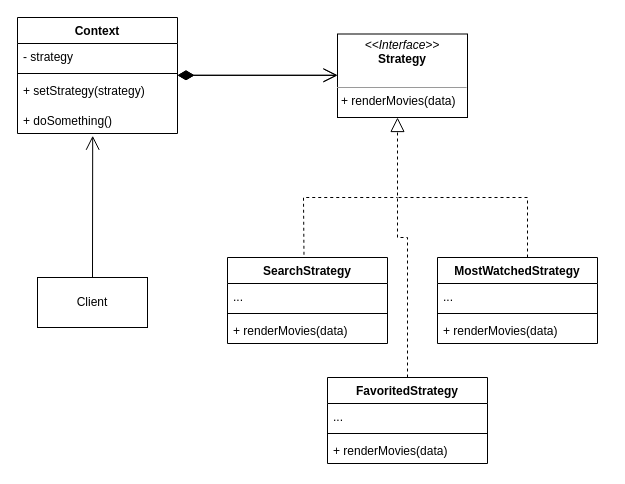
ogustavoalves/bertoti keeps this draw.io diagram as engenharia_de_software_III/diagrams/Strategy_diagram.drawio. Above is the earlier version. Source tidied: cells renumbered, new cells numbered last; positions are measured from the earlier drawing's top-left corner, leaving out a move shared by most shapes. Both pictures are drawn from the tidied source at 100%, with x=0, y=0 at pixel (17, 17).
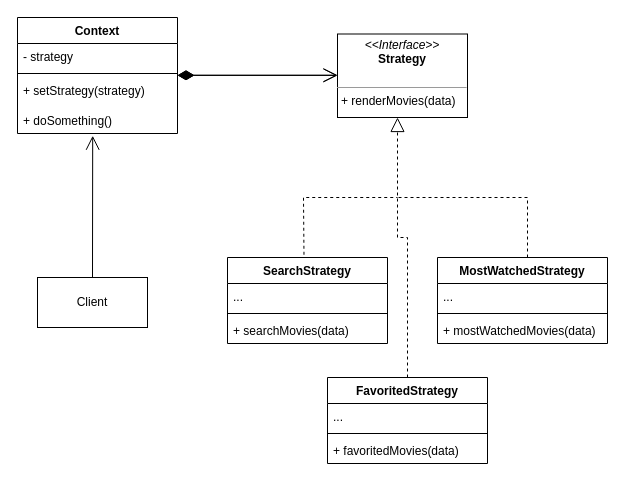
Above is the later version.

Commit message (it also covers changes not shown here):
diagrams & java code

The change refers to these unchanged cells:
```xml
<mxCell id="9" value="SearchStrategy" style="swimlane;fontStyle=1;align=center;verticalAlign=top;horizontal=1;startSize=26;whiteSpace=wrap;html=1;" parent="1" vertex="1">
  <mxGeometry x="210" y="240" width="160" height="86" as="geometry" />
</mxCell>
<mxCell id="23" value="FavoritedStrategy" style="swimlane;fontStyle=1;align=center;verticalAlign=top;horizontal=1;startSize=26;whiteSpace=wrap;html=1;" parent="1" vertex="1">
  <mxGeometry x="310" y="360" width="160" height="86" as="geometry" />
</mxCell>
```

What changed in the source:
```diff
@@
-    <mxCell id="12" value="+ renderMovies(data)" style="text;strokeColor=none;fillColor=none;align=left;verticalAlign=top;spacingLeft=4;spacingRight=4;overflow=hidden;whiteSpace=wrap;html=1;" parent="9" vertex="1">
+    <mxCell id="12" value="+ searchMovies(data)" style="text;strokeColor=none;fillColor=none;align=left;verticalAlign=top;spacingLeft=4;spacingRight=4;overflow=hidden;whiteSpace=wrap;html=1;" parent="9" vertex="1">
       <mxGeometry y="60" width="160" height="26" as="geometry" />
     </mxCell>
     <mxCell id="13" value="MostWatchedStrategy" style="swimlane;fontStyle=1;align=center;verticalAlign=top;horizontal=1;startSize=26;whiteSpace=wrap;html=1;" parent="1" vertex="1">
-      <mxGeometry x="420" y="240" width="160" height="86" as="geometry" />
+      <mxGeometry x="420" y="240" width="170" height="86" as="geometry" />
     </mxCell>
     <mxCell id="14" value="..." style="text;strokeColor=none;fillColor=none;align=left;verticalAlign=top;spacingLeft=4;spacingRight=4;overflow=hidden;whiteSpace=wrap;html=1;" parent="13" vertex="1">
-      <mxGeometry y="26" width="160" height="26" as="geometry" />
+      <mxGeometry y="26" width="170" height="26" as="geometry" />
     </mxCell>
     <mxCell id="15" style="line;strokeWidth=1;fillColor=none;align=left;verticalAlign=middle;spacingTop=-1;spacingLeft=3;spacingRight=3;labelPosition=right;strokeColor=inherit;" parent="13" vertex="1">
-      <mxGeometry y="52" width="160" height="8" as="geometry" />
+      <mxGeometry y="52" width="170" height="8" as="geometry" />
     </mxCell>
-    <mxCell id="16" value="+ renderMovies(data)" style="text;strokeColor=none;fillColor=none;align=left;verticalAlign=top;spacingLeft=4;spacingRight=4;overflow=hidden;whiteSpace=wrap;html=1;" parent="13" vertex="1">
-      <mxGeometry y="60" width="160" height="26" as="geometry" />
+    <mxCell id="16" value="+ mostWatchedMovies(data)" style="text;strokeColor=none;fillColor=none;align=left;verticalAlign=top;spacingLeft=4;spacingRight=4;overflow=hidden;whiteSpace=wrap;html=1;" parent="13" vertex="1">
+      <mxGeometry y="60" width="170" height="26" as="geometry" />
     </mxCell>
@@
-    <mxCell id="26" value="+ renderMovies(data)" style="text;strokeColor=none;fillColor=none;align=left;verticalAlign=top;spacingLeft=4;spacingRight=4;overflow=hidden;whiteSpace=wrap;html=1;" parent="23" vertex="1">
+    <mxCell id="26" value="+ favoritedMovies(data)" style="text;strokeColor=none;fillColor=none;align=left;verticalAlign=top;spacingLeft=4;spacingRight=4;overflow=hidden;whiteSpace=wrap;html=1;" parent="23" vertex="1">
       <mxGeometry y="60" width="160" height="26" as="geometry" />
     </mxCell>
```
